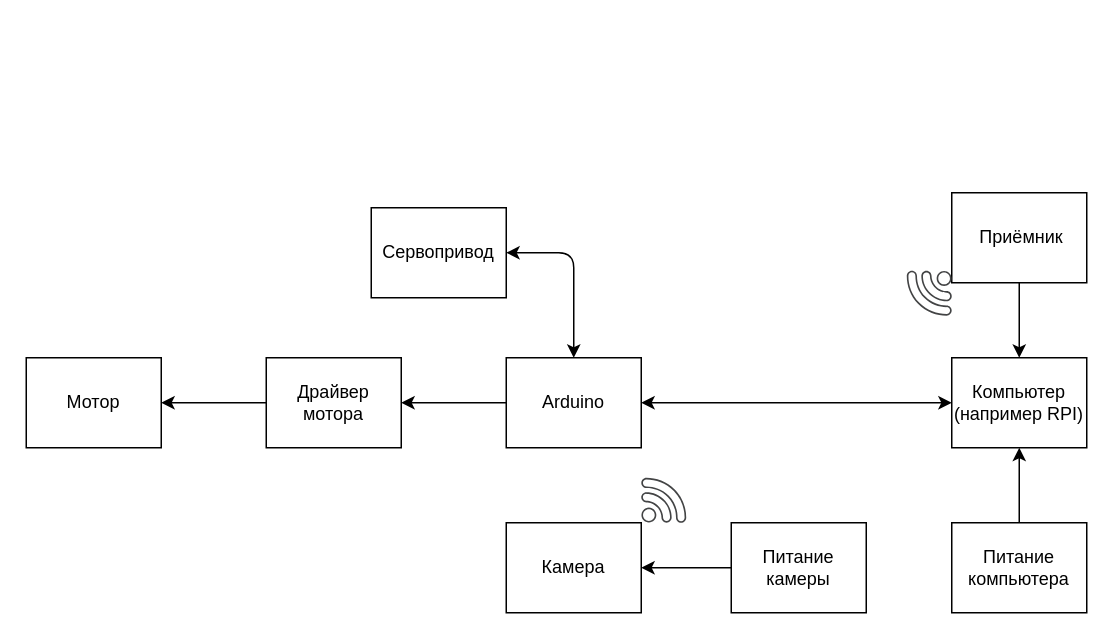
Above: Untitled Diagram.drawio in TheEnderOfficial/ArduinoDay-2021 (draw.io), before the change. Source tidied: cells renumbered, new cells numbered last; positions are measured from the earlier drawing's top-left corner, leaving out a move shared by most shapes. Both pictures are drawn from the tidied source at 150%, with x=0, y=0 at pixel (26, 192).
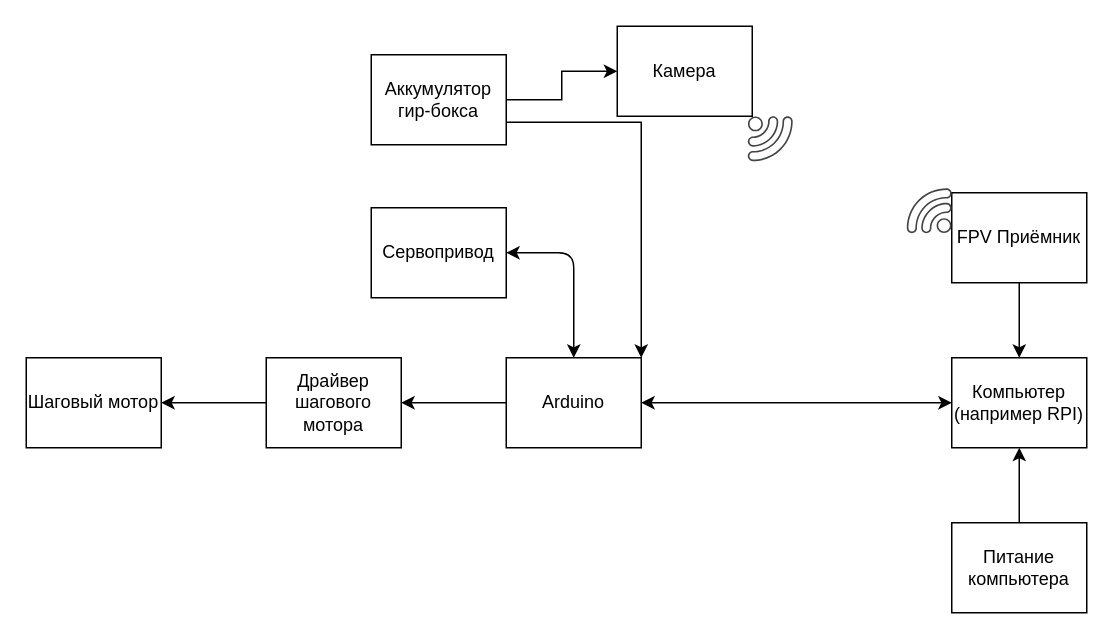
The same diagram, later.

Unchanged cells that the change refers to:
```xml
<mxCell id="5" value="Arduino" style="text;html=1;strokeColor=none;fillColor=none;align=center;verticalAlign=middle;whiteSpace=wrap;rounded=0;" parent="1" vertex="1">
  <mxGeometry x="320" y="110" width="90" height="60" as="geometry" />
</mxCell>
```

Diff of the diagram source:
```diff
@@
-    <mxCell id="7" value="Драйвер мотора" style="text;html=1;strokeColor=none;fillColor=none;align=center;verticalAlign=middle;whiteSpace=wrap;rounded=0;" parent="1" vertex="1">
+    <mxCell id="7" value="Драйвер шагового мотора" style="text;html=1;strokeColor=none;fillColor=none;align=center;verticalAlign=middle;whiteSpace=wrap;rounded=0;" parent="1" vertex="1">
       <mxGeometry x="160" y="110" width="90" height="60" as="geometry" />
     </mxCell>
@@
-    <mxCell id="10" value="Мотор" style="text;html=1;strokeColor=none;fillColor=none;align=center;verticalAlign=middle;whiteSpace=wrap;rounded=0;" parent="1" vertex="1">
+    <mxCell id="10" value="Шаговый мотор" style="text;html=1;strokeColor=none;fillColor=none;align=center;verticalAlign=middle;whiteSpace=wrap;rounded=0;" parent="1" vertex="1">
       <mxGeometry y="110" width="90" height="60" as="geometry" />
     </mxCell>
     <mxCell id="11" style="rounded=0;whiteSpace=wrap;html=1;" parent="1" vertex="1">
-      <mxGeometry x="320" y="220" width="90" height="60" as="geometry" />
+      <mxGeometry x="394" y="-111" width="90" height="60" as="geometry" />
     </mxCell>
     <mxCell id="12" value="Камера" style="text;html=1;strokeColor=none;fillColor=none;align=center;verticalAlign=middle;whiteSpace=wrap;rounded=0;" parent="1" vertex="1">
-      <mxGeometry x="320" y="220" width="90" height="60" as="geometry" />
+      <mxGeometry x="394" y="-111" width="90" height="60" as="geometry" />
     </mxCell>
-    <mxCell id="13" style="edgeStyle=orthogonalEdgeStyle;rounded=0;jettySize=auto;html=1;entryX=1;entryY=0.5;entryDx=0;entryDy=0;" parent="1" edge="1" source="14" target="12">
+    <mxCell id="13" style="edgeStyle=orthogonalEdgeStyle;rounded=0;jettySize=auto;html=1;" parent="1" edge="1" source="14" target="12">
       <mxGeometry relative="1" as="geometry" />
     </mxCell>
+    <mxCell id="27" style="edgeStyle=orthogonalEdgeStyle;rounded=0;jettySize=auto;html=1;entryX=1;entryY=0;entryDx=0;entryDy=0;" parent="1" edge="1" source="14" target="5">
+      <mxGeometry relative="1" as="geometry">
+        <Array as="points">
+          <mxPoint x="410" y="-47" />
+        </Array>
+      </mxGeometry>
+    </mxCell>
-    <mxCell id="14" value="Питание камеры" style="rounded=0;whiteSpace=wrap;html=1;" parent="1" vertex="1">
-      <mxGeometry x="470" y="220" width="90" height="60" as="geometry" />
+    <mxCell id="14" value="Аккумулятор гир-бокса" style="rounded=0;whiteSpace=wrap;html=1;" parent="1" vertex="1">
+      <mxGeometry x="230" y="-92" width="90" height="60" as="geometry" />
     </mxCell>
@@
-    <mxCell id="21" style="shadow=0;dashed=0;html=1;strokeColor=none;fillColor=#434445;labelPosition=center;verticalLabelPosition=bottom;verticalAlign=top;align=center;shape=mxgraph.vvd.wi_fi;" parent="1" vertex="1">
-      <mxGeometry x="410" y="190" width="30" height="30" as="geometry" />
+    <mxCell id="21" style="shadow=0;dashed=0;html=1;strokeColor=none;fillColor=#434445;labelPosition=center;verticalLabelPosition=bottom;verticalAlign=top;align=center;shape=mxgraph.vvd.wi_fi;direction=south;" parent="1" vertex="1">
+      <mxGeometry x="481" y="-51" width="30" height="30" as="geometry" />
     </mxCell>
-    <mxCell id="22" style="shadow=0;dashed=0;html=1;strokeColor=none;fillColor=#434445;labelPosition=center;verticalLabelPosition=bottom;verticalAlign=top;align=center;shape=mxgraph.vvd.wi_fi;direction=west;" parent="1" vertex="1">
-      <mxGeometry x="587" y="52" width="30" height="30" as="geometry" />
+    <mxCell id="22" style="shadow=0;dashed=0;html=1;strokeColor=none;fillColor=#434445;labelPosition=center;verticalLabelPosition=bottom;verticalAlign=top;align=center;shape=mxgraph.vvd.wi_fi;direction=north;" parent="1" vertex="1">
+      <mxGeometry x="587" y="-3" width="30" height="30" as="geometry" />
     </mxCell>
@@
-    <mxCell id="24" value="&amp;nbsp;Приёмник" style="text;html=1;strokeColor=none;fillColor=none;align=center;verticalAlign=middle;whiteSpace=wrap;rounded=0;" parent="1" vertex="1">
+    <mxCell id="24" value="FPV Приёмник" style="text;html=1;strokeColor=none;fillColor=none;align=center;verticalAlign=middle;whiteSpace=wrap;rounded=0;" parent="1" vertex="1">
       <mxGeometry x="617" width="90" height="60" as="geometry" />
     </mxCell>
```
